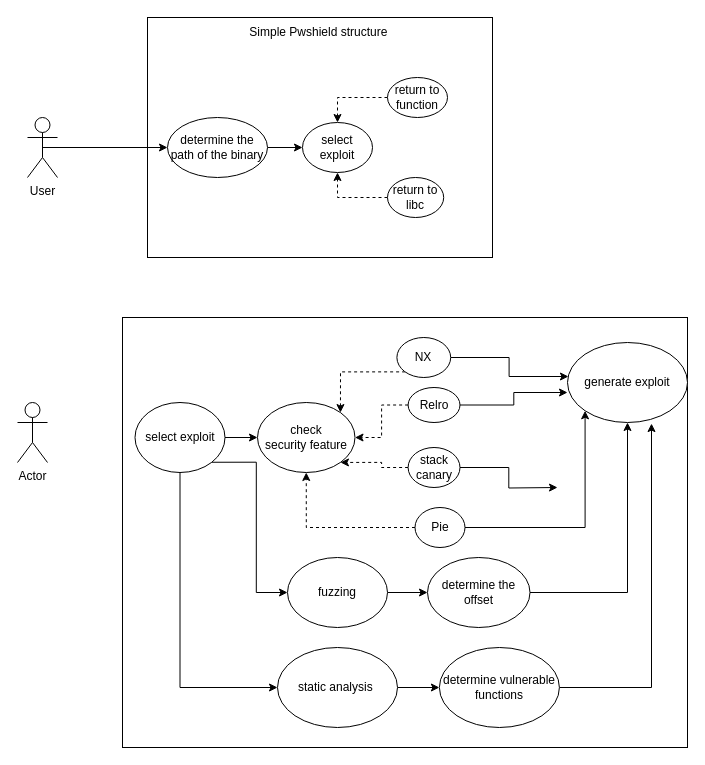
The draw.io diagram Untitled Diagram.drawio in jamai12/security, before the edit. Source tidied: cells renumbered, new cells numbered last; positions are measured from the earlier drawing's top-left corner, leaving out a move shared by most shapes. Both pictures are drawn from the tidied source at 100%, with x=0, y=0 at pixel (17, 17).
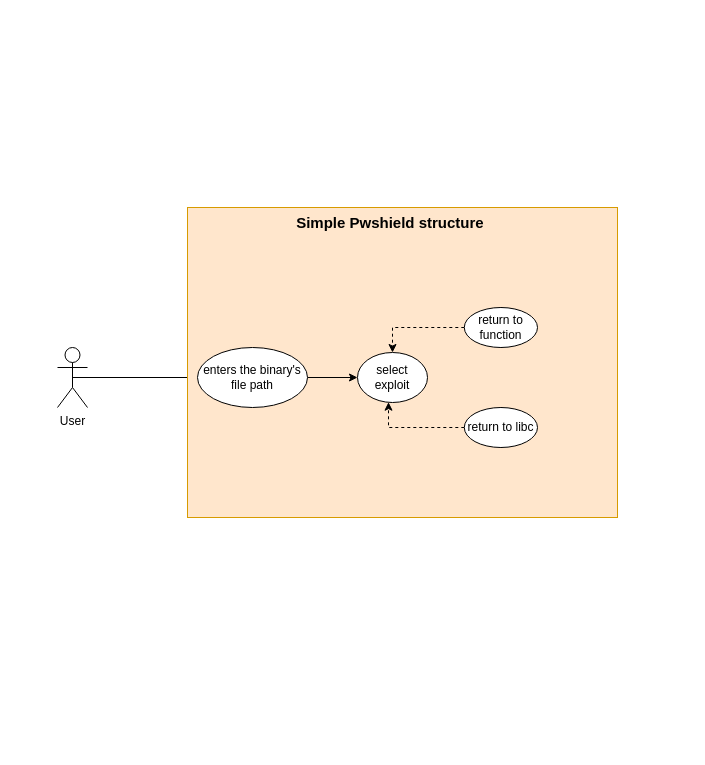
After the change.

Diff of the diagram source:
```diff
@@
     <mxCell id="3" value="User" style="shape=umlActor;verticalLabelPosition=bottom;verticalAlign=top;html=1;outlineConnect=0;" parent="1" vertex="1">
-      <mxGeometry x="10" y="100" width="30" height="60" as="geometry" />
+      <mxGeometry x="40" y="330" width="30" height="60" as="geometry" />
     </mxCell>
-    <mxCell id="4" style="rounded=0;whiteSpace=wrap;html=1;fillColor=none;" parent="1" vertex="1">
-      <mxGeometry x="130" width="345" height="240" as="geometry" />
+    <mxCell id="4" style="rounded=0;whiteSpace=wrap;html=1;fillColor=#ffe6cc;strokeColor=#d79b00;" parent="1" vertex="1">
+      <mxGeometry x="170" y="190" width="430" height="310" as="geometry" />
     </mxCell>
@@
-    <mxCell id="6" value="determine the path of the binary" style="ellipse;whiteSpace=wrap;html=1;" parent="1" vertex="1">
-      <mxGeometry x="150" y="100" width="100" height="60" as="geometry" />
+    <mxCell id="6" value="enters the binary's file path" style="ellipse;whiteSpace=wrap;html=1;" parent="1" vertex="1">
+      <mxGeometry x="180" y="330" width="110" height="60" as="geometry" />
     </mxCell>
     <mxCell id="7" value="select exploit" style="ellipse;whiteSpace=wrap;html=1;" parent="1" vertex="1">
-      <mxGeometry x="285" y="105" width="70" height="50" as="geometry" />
+      <mxGeometry x="340" y="335" width="70" height="50" as="geometry" />
     </mxCell>
-    <mxCell id="8" style="edgeStyle=orthogonalEdgeStyle;rounded=0;jettySize=auto;html=1;exitX=0;exitY=0.5;exitDx=0;exitDy=0;entryX=0.5;entryY=1;entryDx=0;entryDy=0;dashed=1;" parent="1" edge="1" source="9" target="7">
-      <mxGeometry relative="1" as="geometry" />
-    </mxCell>
-    <mxCell id="9" value="return to libc" style="ellipse;whiteSpace=wrap;html=1;" parent="1" vertex="1">
-      <mxGeometry x="370" y="160" width="56.2" height="40" as="geometry" />
-    </mxCell>
@@
     <mxCell id="11" value="return to function" style="ellipse;whiteSpace=wrap;html=1;" parent="1" vertex="1">
-      <mxGeometry x="370" y="60" width="60" height="40" as="geometry" />
+      <mxGeometry x="446.8" y="290" width="73.2" height="40" as="geometry" />
     </mxCell>
-    <mxCell id="12" value="Simple Pwshield structure&amp;nbsp;" style="text;html=1;strokeColor=none;fillColor=none;align=center;verticalAlign=middle;whiteSpace=wrap;rounded=0;" parent="1" vertex="1">
-      <mxGeometry x="207.5" width="190" height="30" as="geometry" />
+    <mxCell id="12" value="&lt;span style=&quot;font-size: 15px;&quot;&gt;&lt;font style=&quot;font-size: 15px;&quot;&gt;Simple Pwshield structure&amp;nbsp;&lt;/font&gt;&lt;/span&gt;" style="text;html=1;strokeColor=none;fillColor=none;align=center;verticalAlign=middle;whiteSpace=wrap;rounded=0;fontStyle=1;fontSize=15;" parent="1" vertex="1">
+      <mxGeometry x="245" y="190" width="260" height="30" as="geometry" />
     </mxCell>
-    <mxCell id="13" style="rounded=0;whiteSpace=wrap;html=1;fillColor=none;" parent="1" vertex="1">
-      <mxGeometry x="105" y="300" width="565" height="430" as="geometry" />
-    </mxCell>
-    <mxCell id="14" style="edgeStyle=orthogonalEdgeStyle;rounded=0;jettySize=auto;html=1;entryX=0;entryY=0.5;entryDx=0;entryDy=0;" parent="1" edge="1" source="17" target="19">
-      <mxGeometry relative="1" as="geometry" />
-    </mxCell>
-    <mxCell id="15" style="edgeStyle=orthogonalEdgeStyle;rounded=0;jettySize=auto;html=1;exitX=1;exitY=1;exitDx=0;exitDy=0;entryX=0;entryY=0.5;entryDx=0;entryDy=0;" parent="1" edge="1" source="17" target="33">
-      <mxGeometry relative="1" as="geometry" />
-    </mxCell>
-    <mxCell id="16" style="edgeStyle=orthogonalEdgeStyle;rounded=0;jettySize=auto;html=1;exitX=0.5;exitY=1;exitDx=0;exitDy=0;entryX=0;entryY=0.5;entryDx=0;entryDy=0;" parent="1" edge="1" source="17" target="35">
-      <mxGeometry relative="1" as="geometry" />
-    </mxCell>
-    <mxCell id="17" value="select exploit" style="ellipse;whiteSpace=wrap;html=1;" parent="1" vertex="1">
-      <mxGeometry x="117.5" y="385" width="90" height="70" as="geometry" />
-    </mxCell>
-    <mxCell id="18" value="Actor" style="shape=umlActor;verticalLabelPosition=bottom;verticalAlign=top;html=1;" parent="1" vertex="1">
-      <mxGeometry y="385" width="30" height="60" as="geometry" />
-    </mxCell>
-    <mxCell id="19" value="check&lt;br&gt;security feature" style="ellipse;whiteSpace=wrap;html=1;" parent="1" vertex="1">
-      <mxGeometry x="240" y="385" width="97.5" height="70" as="geometry" />
-    </mxCell>
-    <mxCell id="20" style="edgeStyle=orthogonalEdgeStyle;rounded=0;jettySize=auto;html=1;exitX=0;exitY=1;exitDx=0;exitDy=0;entryX=1;entryY=0;entryDx=0;entryDy=0;dashed=1;" parent="1" edge="1" source="22" target="19">
-      <mxGeometry relative="1" as="geometry" />
-    </mxCell>
-    <mxCell id="21" style="edgeStyle=orthogonalEdgeStyle;rounded=0;jettySize=auto;html=1;exitX=1;exitY=0.5;exitDx=0;exitDy=0;entryX=0.008;entryY=0.425;entryDx=0;entryDy=0;entryPerimeter=0;" parent="1" edge="1" source="22" target="40">
-      <mxGeometry relative="1" as="geometry" />
-    </mxCell>
-    <mxCell id="22" value="NX" style="ellipse;whiteSpace=wrap;html=1;" parent="1" vertex="1">
-      <mxGeometry x="379.4" y="320" width="53.8" height="40" as="geometry" />
-    </mxCell>
-    <mxCell id="23" style="edgeStyle=orthogonalEdgeStyle;rounded=0;jettySize=auto;html=1;entryX=1;entryY=0.5;entryDx=0;entryDy=0;dashed=1;" parent="1" edge="1" source="25" target="19">
-      <mxGeometry relative="1" as="geometry" />
-    </mxCell>
-    <mxCell id="24" style="edgeStyle=orthogonalEdgeStyle;rounded=0;jettySize=auto;html=1;exitX=1;exitY=0.5;exitDx=0;exitDy=0;entryX=0;entryY=0.625;entryDx=0;entryDy=0;entryPerimeter=0;" parent="1" edge="1" source="25" target="40">
-      <mxGeometry relative="1" as="geometry" />
-    </mxCell>
-    <mxCell id="25" value="Relro" style="ellipse;whiteSpace=wrap;html=1;" parent="1" vertex="1">
-      <mxGeometry x="390.6" y="370" width="51.9" height="35" as="geometry" />
-    </mxCell>
-    <mxCell id="26" style="edgeStyle=orthogonalEdgeStyle;rounded=0;jettySize=auto;html=1;entryX=1;entryY=1;entryDx=0;entryDy=0;dashed=1;" parent="1" edge="1" source="28" target="19">
-      <mxGeometry relative="1" as="geometry" />
-    </mxCell>
-    <mxCell id="27" style="edgeStyle=orthogonalEdgeStyle;rounded=0;jettySize=auto;html=1;exitX=1;exitY=0.5;exitDx=0;exitDy=0;" parent="1" edge="1" source="28">
-      <mxGeometry relative="1" as="geometry">
-        <mxPoint x="540" y="470" as="targetPoint" />
-      </mxGeometry>
-    </mxCell>
-    <mxCell id="28" value="stack canary" style="ellipse;whiteSpace=wrap;html=1;" parent="1" vertex="1">
-      <mxGeometry x="390.6" y="430" width="51.9" height="40" as="geometry" />
-    </mxCell>
-    <mxCell id="29" style="edgeStyle=orthogonalEdgeStyle;rounded=0;jettySize=auto;html=1;entryX=0.5;entryY=1;entryDx=0;entryDy=0;dashed=1;" parent="1" edge="1" source="31" target="19">
-      <mxGeometry relative="1" as="geometry" />
-    </mxCell>
-    <mxCell id="30" style="edgeStyle=orthogonalEdgeStyle;rounded=0;jettySize=auto;html=1;exitX=1;exitY=0.5;exitDx=0;exitDy=0;entryX=0;entryY=1;entryDx=0;entryDy=0;" parent="1" edge="1" source="31" target="40">
-      <mxGeometry relative="1" as="geometry" />
-    </mxCell>
-    <mxCell id="31" value="Pie" style="ellipse;whiteSpace=wrap;html=1;" parent="1" vertex="1">
-      <mxGeometry x="397.5" y="490" width="50" height="40" as="geometry" />
-    </mxCell>
-    <mxCell id="32" style="edgeStyle=orthogonalEdgeStyle;rounded=0;jettySize=auto;html=1;exitX=1;exitY=0.5;exitDx=0;exitDy=0;entryX=0;entryY=0.5;entryDx=0;entryDy=0;" parent="1" edge="1" source="33" target="37">
-      <mxGeometry relative="1" as="geometry" />
-    </mxCell>
-    <mxCell id="33" value="fuzzing" style="ellipse;whiteSpace=wrap;html=1;" parent="1" vertex="1">
-      <mxGeometry x="270" y="540" width="100" height="70" as="geometry" />
-    </mxCell>
-    <mxCell id="34" style="edgeStyle=orthogonalEdgeStyle;rounded=0;jettySize=auto;html=1;exitX=1;exitY=0.5;exitDx=0;exitDy=0;entryX=0;entryY=0.5;entryDx=0;entryDy=0;" parent="1" edge="1" source="35" target="39">
-      <mxGeometry relative="1" as="geometry" />
-    </mxCell>
-    <mxCell id="35" value="static analysis&amp;nbsp;" style="ellipse;whiteSpace=wrap;html=1;" parent="1" vertex="1">
-      <mxGeometry x="260" y="630" width="120" height="80" as="geometry" />
-    </mxCell>
-    <mxCell id="36" style="edgeStyle=orthogonalEdgeStyle;rounded=0;jettySize=auto;html=1;exitX=1;exitY=0.5;exitDx=0;exitDy=0;entryX=0.5;entryY=1;entryDx=0;entryDy=0;" parent="1" edge="1" source="37" target="40">
-      <mxGeometry relative="1" as="geometry" />
-    </mxCell>
-    <mxCell id="37" value="determine the offset" style="ellipse;whiteSpace=wrap;html=1;" parent="1" vertex="1">
-      <mxGeometry x="410" y="540" width="102.5" height="70" as="geometry" />
-    </mxCell>
-    <mxCell id="38" style="edgeStyle=orthogonalEdgeStyle;rounded=0;jettySize=auto;html=1;exitX=1;exitY=0.5;exitDx=0;exitDy=0;entryX=0.7;entryY=1.013;entryDx=0;entryDy=0;entryPerimeter=0;" parent="1" edge="1" source="39" target="40">
-      <mxGeometry relative="1" as="geometry" />
-    </mxCell>
-    <mxCell id="39" value="determine vulnerable functions" style="ellipse;whiteSpace=wrap;html=1;" parent="1" vertex="1">
-      <mxGeometry x="421.9" y="630" width="120" height="80" as="geometry" />
-    </mxCell>
-    <mxCell id="40" value="generate exploit" style="ellipse;whiteSpace=wrap;html=1;" parent="1" vertex="1">
-      <mxGeometry x="550" y="325" width="120" height="80" as="geometry" />
-    </mxCell>
+    <mxCell id="8" style="edgeStyle=orthogonalEdgeStyle;rounded=0;jettySize=auto;html=1;entryX=0.443;entryY=0.994;entryDx=0;entryDy=0;entryPerimeter=0;dashed=1;" parent="1" edge="1" source="9" target="7">
+      <mxGeometry relative="1" as="geometry" />
+    </mxCell>
+    <mxCell id="9" value="return to libc" style="ellipse;whiteSpace=wrap;html=1;" parent="1" vertex="1">
+      <mxGeometry x="446.8" y="390" width="73.2" height="40" as="geometry" />
+    </mxCell>
```
